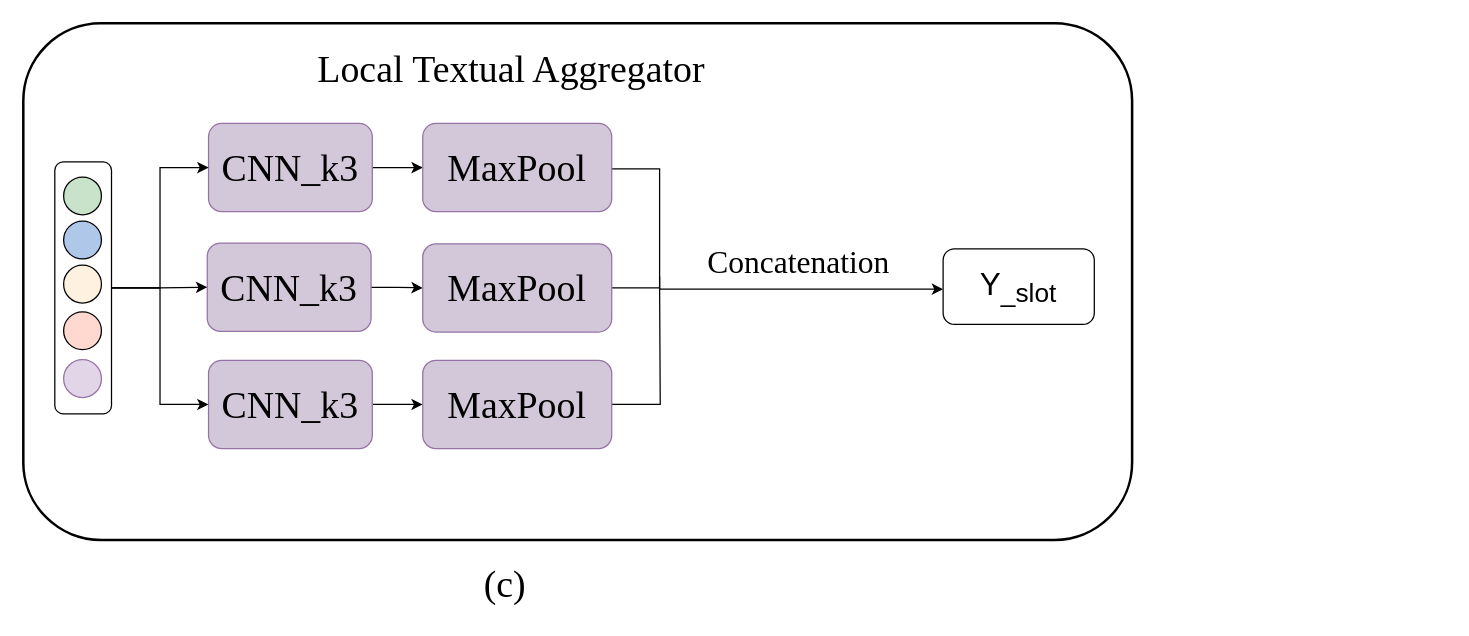
This is chinese_NLU/Local_Textual_Aggregator.drawio from lengyueit/paper_pic, a draw.io file, before an edit. Source tidied: cells renumbered, new cells numbered last; positions are measured from the earlier drawing's top-left corner, leaving out a move shared by most shapes. Both pictures are drawn from the tidied source at 126%, with x=0, y=0 at pixel (23, 23).
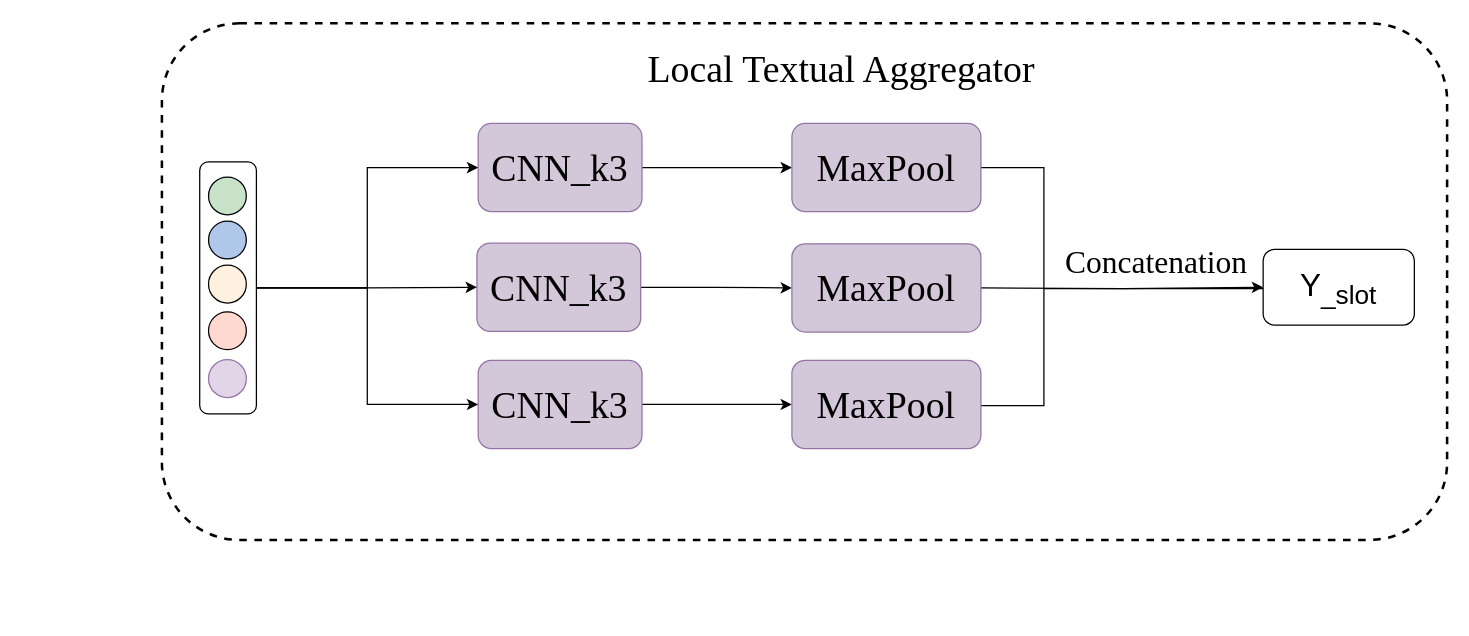
The same diagram, later.

Diff of the diagram source:
```diff
@@
-    <mxCell id="2" style="rounded=1;whiteSpace=wrap;html=1;strokeWidth=2;" parent="1" vertex="1">
-      <mxGeometry width="880" height="410" as="geometry" />
+    <mxCell id="2" style="rounded=1;whiteSpace=wrap;html=1;strokeWidth=2;dashed=1;" parent="1" vertex="1">
+      <mxGeometry x="110" width="1020" height="410" as="geometry" />
     </mxCell>
@@
     <mxCell id="4" value="&lt;font style=&quot;font-size: 30px;&quot; face=&quot;Times New Roman&quot;&gt;CNN_k3&lt;/font&gt;" style="rounded=1;whiteSpace=wrap;html=1;fillColor=#D3C8D9;strokeColor=#9673a6;" parent="1" vertex="1">
-      <mxGeometry x="147" y="79.5" width="130" height="70" as="geometry" />
+      <mxGeometry x="361" y="79.5" width="130" height="70" as="geometry" />
     </mxCell>
-    <mxCell id="5" style="edgeStyle=orthogonalEdgeStyle;rounded=0;jettySize=auto;html=1;exitX=1;exitY=0.5;exitDx=0;exitDy=0;" parent="1" edge="1" target="14">
-      <mxGeometry relative="1" as="geometry">
-        <mxPoint x="467" y="115.5" as="sourcePoint" />
-        <Array as="points">
-          <mxPoint x="505" y="116" />
-          <mxPoint x="505" y="211" />
-        </Array>
-      </mxGeometry>
-    </mxCell>
+    <mxCell id="29" style="edgeStyle=orthogonalEdgeStyle;rounded=0;orthogonalLoop=1;jettySize=auto;html=1;exitX=1;exitY=0.5;exitDx=0;exitDy=0;endArrow=none;endFill=0;" parent="1" edge="1">
+      <mxGeometry relative="1" as="geometry">
+        <mxPoint x="760" y="114.5" as="sourcePoint" />
+        <mxPoint x="810" y="210" as="targetPoint" />
+        <Array as="points">
+          <mxPoint x="810" y="115" />
+          <mxPoint x="810" y="210" />
+        </Array>
+      </mxGeometry>
+    </mxCell>
     <mxCell id="6" value="&lt;font style=&quot;font-size: 30px;&quot; face=&quot;Times New Roman&quot;&gt;MaxPool&lt;/font&gt;" style="rounded=1;whiteSpace=wrap;html=1;fillColor=#D3C8D9;strokeColor=#9673a6;" parent="1" vertex="1">
-      <mxGeometry x="317" y="79.5" width="150" height="70" as="geometry" />
+      <mxGeometry x="610" y="79.5" width="150" height="70" as="geometry" />
     </mxCell>
     <mxCell id="7" style="group;" parent="1" vertex="1">
-      <mxGeometry x="25" y="111" width="45" height="200" as="geometry" />
+      <mxGeometry x="140" y="111" width="45" height="200" as="geometry" />
     </mxCell>
@@
     <mxCell id="14" value="&lt;font style=&quot;font-size: 25px;&quot;&gt;Y&lt;sub&gt;_slot&lt;/sub&gt;&lt;/font&gt;" style="rounded=1;whiteSpace=wrap;html=1;" parent="1" vertex="1">
-      <mxGeometry x="730" y="179" width="120" height="60" as="geometry" />
+      <mxGeometry x="984" y="179.5" width="120" height="60" as="geometry" />
     </mxCell>
     <mxCell id="15" value="&lt;font style=&quot;font-size: 30px;&quot; face=&quot;Times New Roman&quot;&gt;Local Textual Aggregator&lt;/font&gt;" style="text;html=1;align=center;verticalAlign=middle;strokeColor=none;fillColor=none;" parent="1" vertex="1">
-      <mxGeometry x="222" y="11" width="330" height="50" as="geometry" />
+      <mxGeometry x="484" y="11" width="330" height="50" as="geometry" />
     </mxCell>
-    <mxCell id="16" value="&lt;font face=&quot;Times New Roman&quot;&gt;&lt;span style=&quot;font-size: 30px;&quot;&gt;(c)&lt;/span&gt;&lt;/font&gt;" style="text;html=1;align=center;verticalAlign=middle;strokeColor=none;fillColor=none;" parent="1" vertex="1">
-      <mxGeometry x="352" y="420" width="60" height="50" as="geometry" />
-    </mxCell>
@@
     <mxCell id="18" value="&lt;font style=&quot;font-size: 30px;&quot; face=&quot;Times New Roman&quot;&gt;CNN_k3&lt;/font&gt;" style="rounded=1;whiteSpace=wrap;html=1;fillColor=#D3C8D9;strokeColor=#9673a6;" parent="1" vertex="1">
-      <mxGeometry x="146" y="174.5" width="130" height="70" as="geometry" />
+      <mxGeometry x="360" y="174.5" width="130" height="70" as="geometry" />
     </mxCell>
@@
     <mxCell id="20" value="&lt;font style=&quot;font-size: 30px;&quot; face=&quot;Times New Roman&quot;&gt;CNN_k3&lt;/font&gt;" style="rounded=1;whiteSpace=wrap;html=1;fillColor=#D3C8D9;strokeColor=#9673a6;" parent="1" vertex="1">
-      <mxGeometry x="147" y="267.5" width="130" height="70" as="geometry" />
+      <mxGeometry x="361" y="267.5" width="130" height="70" as="geometry" />
     </mxCell>
-    <mxCell id="21" style="edgeStyle=orthogonalEdgeStyle;rounded=0;orthogonalLoop=1;jettySize=auto;html=1;exitX=1;exitY=0.5;exitDx=0;exitDy=0;endArrow=none;endFill=0;" parent="1" edge="1">
-      <mxGeometry relative="1" as="geometry">
-        <mxPoint x="467" y="210" as="sourcePoint" />
-        <mxPoint x="505" y="201" as="targetPoint" />
-        <Array as="points">
-          <mxPoint x="505" y="210" />
-        </Array>
-      </mxGeometry>
-    </mxCell>
+    <mxCell id="30" style="edgeStyle=orthogonalEdgeStyle;rounded=0;orthogonalLoop=1;jettySize=auto;html=1;exitX=1;exitY=0.5;exitDx=0;exitDy=0;entryX=0;entryY=0.5;entryDx=0;entryDy=0;" parent="1" edge="1">
+      <mxGeometry relative="1" as="geometry">
+        <mxPoint x="760" y="210" as="sourcePoint" />
+        <mxPoint x="984" y="209.5" as="targetPoint" />
+      </mxGeometry>
+    </mxCell>
     <mxCell id="22" value="&lt;font style=&quot;font-size: 30px;&quot; face=&quot;Times New Roman&quot;&gt;MaxPool&lt;/font&gt;" style="rounded=1;whiteSpace=wrap;html=1;fillColor=#D3C8D9;strokeColor=#9673a6;" parent="1" vertex="1">
-      <mxGeometry x="317" y="175" width="150" height="70" as="geometry" />
+      <mxGeometry x="610" y="175" width="150" height="70" as="geometry" />
     </mxCell>
-    <mxCell id="23" style="edgeStyle=orthogonalEdgeStyle;rounded=0;jettySize=auto;html=1;exitX=1;exitY=0.5;exitDx=0;exitDy=0;endArrow=none;endFill=0;" parent="1" edge="1" source="24">
-      <mxGeometry relative="1" as="geometry">
-        <mxPoint x="505" y="210" as="targetPoint" />
-      </mxGeometry>
-    </mxCell>
+    <mxCell id="31" style="edgeStyle=orthogonalEdgeStyle;rounded=0;orthogonalLoop=1;jettySize=auto;html=1;exitX=1;exitY=0.5;exitDx=0;exitDy=0;entryX=0;entryY=0.5;entryDx=0;entryDy=0;endArrow=none;endFill=0;" parent="1" edge="1">
+      <mxGeometry relative="1" as="geometry">
+        <mxPoint x="760" y="303.5" as="sourcePoint" />
+        <mxPoint x="984" y="210.5" as="targetPoint" />
+        <Array as="points">
+          <mxPoint x="810" y="304" />
+          <mxPoint x="810" y="211" />
+        </Array>
+      </mxGeometry>
+    </mxCell>
     <mxCell id="24" value="&lt;font style=&quot;font-size: 30px;&quot; face=&quot;Times New Roman&quot;&gt;MaxPool&lt;/font&gt;" style="rounded=1;whiteSpace=wrap;html=1;fillColor=#D3C8D9;strokeColor=#9673a6;" parent="1" vertex="1">
-      <mxGeometry x="317" y="267.5" width="150" height="70" as="geometry" />
+      <mxGeometry x="610" y="267.5" width="150" height="70" as="geometry" />
     </mxCell>
@@
     <mxCell id="28" value="&lt;span style=&quot;background-color: initial;&quot;&gt;&lt;font face=&quot;Times New Roman&quot; style=&quot;font-size: 25px;&quot;&gt;Concatenation&lt;/font&gt;&lt;/span&gt;" style="text;html=1;align=center;verticalAlign=middle;strokeColor=none;fillColor=none;flipV=0;" parent="1" vertex="1">
-      <mxGeometry x="530" y="170" width="170" height="40" as="geometry" />
+      <mxGeometry x="814" y="170" width="170" height="40" as="geometry" />
     </mxCell>
```
